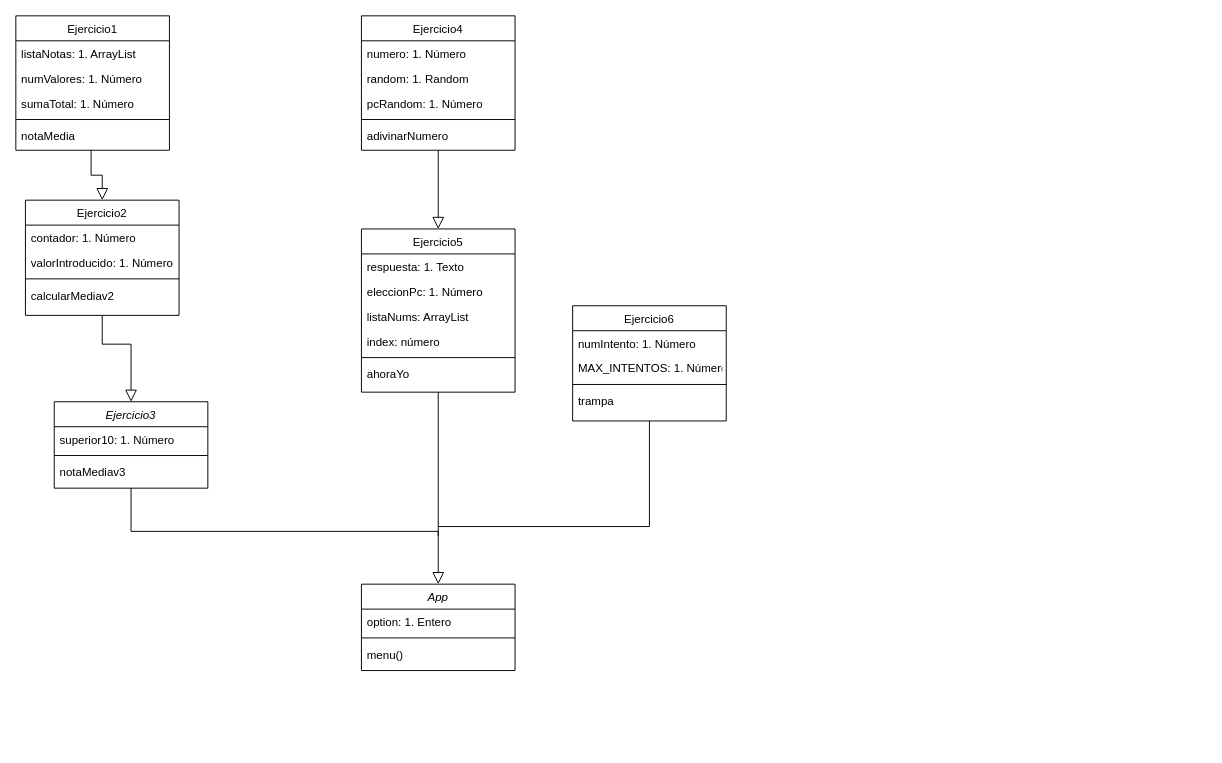
Patriesc/LosBucles keeps this draw.io diagram as LosBuclesUML.drawio. Above is the earlier version. Source tidied: cells renumbered, new cells numbered last; positions are measured from the earlier drawing's top-left corner, leaving out a move shared by most shapes. Both pictures are drawn from the tidied source at 96%, with x=0, y=0 at pixel (15, 15).
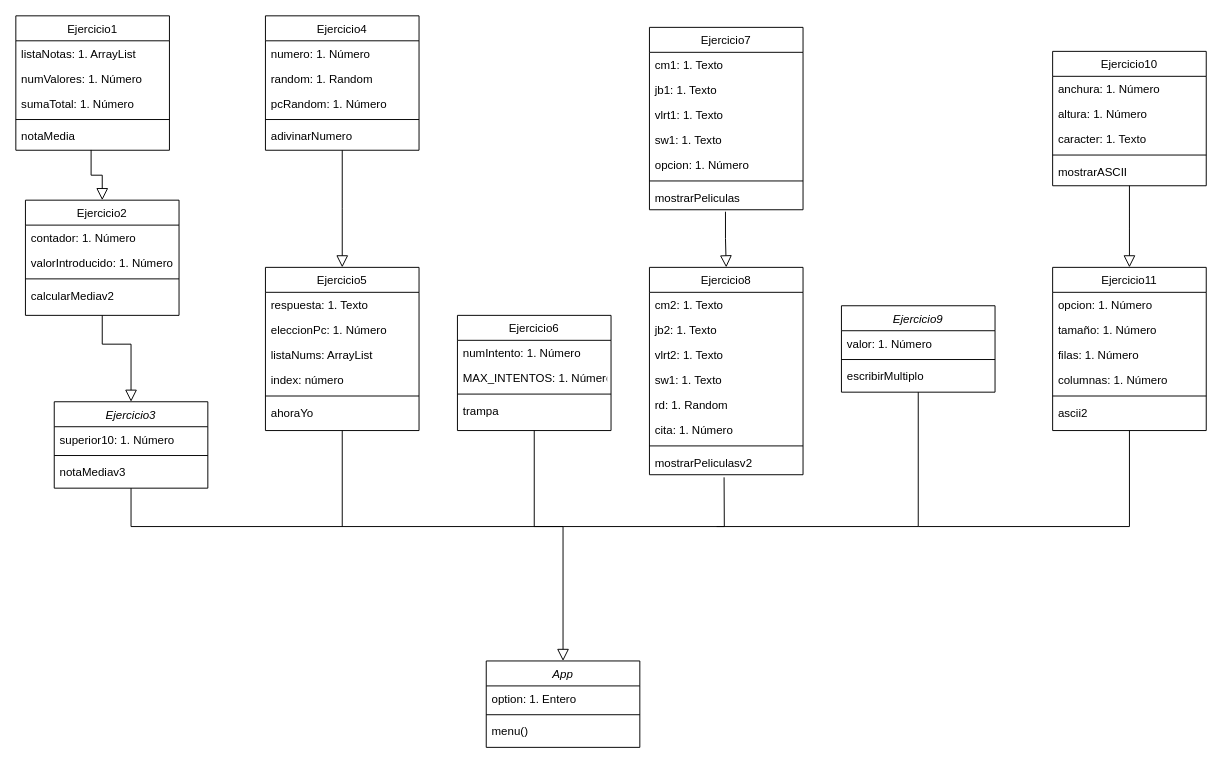
After the change.

The change refers to these unchanged cells:
```xml
<mxCell id="19" value="Ejercicio3" style="swimlane;fontStyle=2;align=center;verticalAlign=top;horizontal=1;startSize=26;rounded=0;shadow=0;strokeWidth=1;" parent="1" vertex="1">
  <mxGeometry x="40" y="402" width="160" height="90" as="geometry" />
</mxCell>
```

What changed in the source:
```diff
@@
     <mxCell id="2" value="App" style="swimlane;fontStyle=2;align=center;verticalAlign=top;horizontal=1;startSize=26;rounded=0;shadow=0;strokeWidth=1;" parent="1" vertex="1">
-      <mxGeometry x="360" y="592" width="160" height="90" as="geometry" />
+      <mxGeometry x="490" y="672" width="160" height="90" as="geometry" />
     </mxCell>
@@
     <mxCell id="23" style="endArrow=block;endSize=10;endFill=0;shadow=0;strokeWidth=1;rounded=0;edgeStyle=elbowEdgeStyle;elbow=vertical;exitX=0.5;exitY=1;exitDx=0;exitDy=0;entryX=0.5;entryY=0;entryDx=0;entryDy=0;" parent="1" edge="1" source="19" target="2">
       <mxGeometry relative="1" as="geometry">
         <Array as="points">
+          <mxPoint x="320" y="532" />
           <mxPoint x="180" y="537" />
           <mxPoint x="380" y="637" />
         </Array>
       </mxGeometry>
     </mxCell>
     <mxCell id="24" value="Ejercicio4" style="swimlane;fontStyle=0;align=center;verticalAlign=top;horizontal=1;startSize=26;rounded=0;shadow=0;strokeWidth=1;" parent="1" vertex="1">
-      <mxGeometry x="360" width="160" height="140" as="geometry" />
+      <mxGeometry x="260" width="160" height="140" as="geometry" />
     </mxCell>
@@
     <mxCell id="30" value="Ejercicio5" style="swimlane;fontStyle=0;align=center;verticalAlign=top;horizontal=1;startSize=26;rounded=0;shadow=0;strokeWidth=1;" parent="1" vertex="1">
-      <mxGeometry x="360" y="222" width="160" height="170" as="geometry" />
+      <mxGeometry x="260" y="262" width="160" height="170" as="geometry" />
     </mxCell>
@@
     <mxCell id="38" style="endArrow=none;html=1;rounded=0;entryX=0.5;entryY=1;entryDx=0;entryDy=0;" parent="1" edge="1" target="30">
       <mxGeometry relative="1" as="geometry">
-        <mxPoint x="440" y="542" as="sourcePoint" />
+        <mxPoint x="340" y="532" as="sourcePoint" />
       </mxGeometry>
     </mxCell>
     <mxCell id="39" value="Ejercicio6" style="swimlane;fontStyle=0;align=center;verticalAlign=top;horizontal=1;startSize=26;rounded=0;shadow=0;strokeWidth=1;" parent="1" vertex="1">
-      <mxGeometry x="580" y="302" width="160" height="120" as="geometry" />
+      <mxGeometry x="460" y="312" width="160" height="120" as="geometry" />
     </mxCell>
@@
     <mxCell id="44" style="endArrow=none;html=1;rounded=0;entryX=0.5;entryY=1;entryDx=0;entryDy=0;" parent="1" edge="1" target="39">
       <mxGeometry relative="1" as="geometry">
-        <mxPoint x="440" y="532" as="sourcePoint" />
+        <mxPoint x="570" y="532" as="sourcePoint" />
         <Array as="points">
-          <mxPoint x="660" y="532" />
+          <mxPoint x="540" y="532" />
         </Array>
       </mxGeometry>
     </mxCell>
+    <mxCell id="45" value="Ejercicio7" style="swimlane;fontStyle=0;align=center;verticalAlign=top;horizontal=1;startSize=26;rounded=0;shadow=0;strokeWidth=1;" parent="1" vertex="1">
+      <mxGeometry x="660" y="12" width="160" height="190" as="geometry" />
+    </mxCell>
+    <mxCell id="46" value="cm1: 1. Texto" style="text;align=left;verticalAlign=top;spacingLeft=4;spacingRight=4;overflow=hidden;" parent="45" vertex="1">
+      <mxGeometry y="26" width="160" height="26" as="geometry" />
+    </mxCell>
+    <mxCell id="47" value="jb1: 1. Texto" style="text;align=left;verticalAlign=top;spacingLeft=4;spacingRight=4;overflow=hidden;rounded=0;shadow=0;html=0;" parent="45" vertex="1">
+      <mxGeometry y="52" width="160" height="26" as="geometry" />
+    </mxCell>
+    <mxCell id="48" value="vlrt1: 1. Texto" style="text;align=left;verticalAlign=top;spacingLeft=4;spacingRight=4;overflow=hidden;rounded=0;shadow=0;html=0;" parent="45" vertex="1">
+      <mxGeometry y="78" width="160" height="26" as="geometry" />
+    </mxCell>
+    <mxCell id="49" value="sw1: 1. Texto" style="text;align=left;verticalAlign=top;spacingLeft=4;spacingRight=4;overflow=hidden;rounded=0;shadow=0;html=0;" parent="45" vertex="1">
+      <mxGeometry y="104" width="160" height="26" as="geometry" />
+    </mxCell>
+    <mxCell id="50" value="opcion: 1. Número" style="text;align=left;verticalAlign=top;spacingLeft=4;spacingRight=4;overflow=hidden;rounded=0;shadow=0;html=0;" parent="45" vertex="1">
+      <mxGeometry y="130" width="160" height="26" as="geometry" />
+    </mxCell>
+    <mxCell id="51" style="line;html=1;strokeWidth=1;align=left;verticalAlign=middle;spacingTop=-1;spacingLeft=3;spacingRight=3;labelPosition=right;" parent="45" vertex="1">
+      <mxGeometry y="156" width="160" height="8" as="geometry" />
+    </mxCell>
+    <mxCell id="52" value="mostrarPeliculas" style="text;align=left;verticalAlign=top;spacingLeft=4;spacingRight=4;overflow=hidden;points=[[0,0.5],[1,0.5]];portConstraint=eastwest;" parent="45" vertex="1">
+      <mxGeometry y="164" width="160" height="26" as="geometry" />
+    </mxCell>
+    <mxCell id="53" value="Ejercicio8" style="swimlane;fontStyle=0;align=center;verticalAlign=top;horizontal=1;startSize=26;rounded=0;shadow=0;strokeWidth=1;" parent="1" vertex="1">
+      <mxGeometry x="660" y="262" width="160" height="216" as="geometry" />
+    </mxCell>
+    <mxCell id="54" value="cm2: 1. Texto" style="text;align=left;verticalAlign=top;spacingLeft=4;spacingRight=4;overflow=hidden;" parent="53" vertex="1">
+      <mxGeometry y="26" width="160" height="26" as="geometry" />
+    </mxCell>
+    <mxCell id="55" value="jb2: 1. Texto" style="text;align=left;verticalAlign=top;spacingLeft=4;spacingRight=4;overflow=hidden;rounded=0;shadow=0;html=0;" parent="53" vertex="1">
+      <mxGeometry y="52" width="160" height="26" as="geometry" />
+    </mxCell>
+    <mxCell id="56" value="vlrt2: 1. Texto" style="text;align=left;verticalAlign=top;spacingLeft=4;spacingRight=4;overflow=hidden;rounded=0;shadow=0;html=0;" parent="53" vertex="1">
+      <mxGeometry y="78" width="160" height="26" as="geometry" />
+    </mxCell>
+    <mxCell id="57" value="sw1: 1. Texto" style="text;align=left;verticalAlign=top;spacingLeft=4;spacingRight=4;overflow=hidden;rounded=0;shadow=0;html=0;" parent="53" vertex="1">
+      <mxGeometry y="104" width="160" height="26" as="geometry" />
+    </mxCell>
+    <mxCell id="58" value="rd: 1. Random" style="text;align=left;verticalAlign=top;spacingLeft=4;spacingRight=4;overflow=hidden;rounded=0;shadow=0;html=0;" parent="53" vertex="1">
+      <mxGeometry y="130" width="160" height="26" as="geometry" />
+    </mxCell>
+    <mxCell id="59" value="cita: 1. Número" style="text;align=left;verticalAlign=top;spacingLeft=4;spacingRight=4;overflow=hidden;rounded=0;shadow=0;html=0;" parent="53" vertex="1">
+      <mxGeometry y="156" width="160" height="26" as="geometry" />
+    </mxCell>
+    <mxCell id="60" style="line;html=1;strokeWidth=1;align=left;verticalAlign=middle;spacingTop=-1;spacingLeft=3;spacingRight=3;labelPosition=right;" parent="53" vertex="1">
+      <mxGeometry y="182" width="160" height="8" as="geometry" />
+    </mxCell>
+    <mxCell id="61" value="mostrarPeliculasv2" style="text;align=left;verticalAlign=top;spacingLeft=4;spacingRight=4;overflow=hidden;points=[[0,0.5],[1,0.5]];portConstraint=eastwest;" parent="53" vertex="1">
+      <mxGeometry y="190" width="160" height="26" as="geometry" />
+    </mxCell>
+    <mxCell id="62" style="endArrow=block;endSize=10;endFill=0;shadow=0;strokeWidth=1;rounded=0;edgeStyle=elbowEdgeStyle;elbow=vertical;entryX=0.5;entryY=0;entryDx=0;entryDy=0;exitX=0.495;exitY=1.079;exitDx=0;exitDy=0;exitPerimeter=0;" parent="1" edge="1" source="52" target="53">
+      <mxGeometry relative="1" as="geometry">
+        <Array as="points">
+          <mxPoint x="790" y="232" />
+          <mxPoint x="940" y="232" />
+          <mxPoint x="950" y="212" />
+        </Array>
+      </mxGeometry>
+    </mxCell>
+    <mxCell id="63" style="endArrow=none;html=1;rounded=0;entryX=0.486;entryY=1.105;entryDx=0;entryDy=0;entryPerimeter=0;" parent="1" edge="1" target="61">
+      <mxGeometry relative="1" as="geometry">
+        <mxPoint x="570" y="532" as="sourcePoint" />
+        <Array as="points">
+          <mxPoint x="738" y="532" />
+        </Array>
+      </mxGeometry>
+    </mxCell>
+    <mxCell id="64" value="Ejercicio9" style="swimlane;fontStyle=2;align=center;verticalAlign=top;horizontal=1;startSize=26;rounded=0;shadow=0;strokeWidth=1;" parent="1" vertex="1">
+      <mxGeometry x="860" y="302" width="160" height="90" as="geometry" />
+    </mxCell>
+    <mxCell id="65" value="valor: 1. Número" style="text;align=left;verticalAlign=top;spacingLeft=4;spacingRight=4;overflow=hidden;" parent="64" vertex="1">
+      <mxGeometry y="26" width="160" height="26" as="geometry" />
+    </mxCell>
+    <mxCell id="66" style="line;html=1;strokeWidth=1;align=left;verticalAlign=middle;spacingTop=-1;spacingLeft=3;spacingRight=3;labelPosition=right;" parent="64" vertex="1">
+      <mxGeometry y="52" width="160" height="8" as="geometry" />
+    </mxCell>
+    <mxCell id="67" value="escribirMultiplo" style="text;align=left;verticalAlign=top;spacingLeft=4;spacingRight=4;overflow=hidden;" parent="64" vertex="1">
+      <mxGeometry y="60" width="160" height="26" as="geometry" />
+    </mxCell>
+    <mxCell id="68" style="endArrow=none;html=1;rounded=0;entryX=0.5;entryY=1;entryDx=0;entryDy=0;" parent="1" edge="1" target="64">
+      <mxGeometry relative="1" as="geometry">
+        <mxPoint x="730" y="532" as="sourcePoint" />
+        <Array as="points">
+          <mxPoint x="940" y="532" />
+        </Array>
+      </mxGeometry>
+    </mxCell>
+    <mxCell id="69" value="Ejercicio10" style="swimlane;fontStyle=0;align=center;verticalAlign=top;horizontal=1;startSize=26;rounded=0;shadow=0;strokeWidth=1;" parent="1" vertex="1">
+      <mxGeometry x="1080" y="37" width="160" height="140" as="geometry" />
+    </mxCell>
+    <mxCell id="70" value="anchura: 1. Número" style="text;align=left;verticalAlign=top;spacingLeft=4;spacingRight=4;overflow=hidden;" parent="69" vertex="1">
+      <mxGeometry y="26" width="160" height="26" as="geometry" />
+    </mxCell>
+    <mxCell id="71" value="altura: 1. Número" style="text;align=left;verticalAlign=top;spacingLeft=4;spacingRight=4;overflow=hidden;rounded=0;shadow=0;html=0;" parent="69" vertex="1">
+      <mxGeometry y="52" width="160" height="26" as="geometry" />
+    </mxCell>
+    <mxCell id="72" value="caracter: 1. Texto" style="text;align=left;verticalAlign=top;spacingLeft=4;spacingRight=4;overflow=hidden;rounded=0;shadow=0;html=0;" parent="69" vertex="1">
+      <mxGeometry y="78" width="160" height="26" as="geometry" />
+    </mxCell>
+    <mxCell id="73" style="line;html=1;strokeWidth=1;align=left;verticalAlign=middle;spacingTop=-1;spacingLeft=3;spacingRight=3;labelPosition=right;" parent="69" vertex="1">
+      <mxGeometry y="104" width="160" height="8" as="geometry" />
+    </mxCell>
+    <mxCell id="74" value="mostrarASCII" style="text;align=left;verticalAlign=top;spacingLeft=4;spacingRight=4;overflow=hidden;" parent="69" vertex="1">
+      <mxGeometry y="112" width="160" height="26" as="geometry" />
+    </mxCell>
+    <mxCell id="75" value="Ejercicio11" style="swimlane;fontStyle=0;align=center;verticalAlign=top;horizontal=1;startSize=26;rounded=0;shadow=0;strokeWidth=1;" parent="1" vertex="1">
+      <mxGeometry x="1080" y="262" width="160" height="170" as="geometry" />
+    </mxCell>
+    <mxCell id="76" value="opcion: 1. Número" style="text;align=left;verticalAlign=top;spacingLeft=4;spacingRight=4;overflow=hidden;" parent="75" vertex="1">
+      <mxGeometry y="26" width="160" height="26" as="geometry" />
+    </mxCell>
+    <mxCell id="77" value="tamaño: 1. Número" style="text;align=left;verticalAlign=top;spacingLeft=4;spacingRight=4;overflow=hidden;rounded=0;shadow=0;html=0;" parent="75" vertex="1">
+      <mxGeometry y="52" width="160" height="26" as="geometry" />
+    </mxCell>
+    <mxCell id="78" value="filas: 1. Número" style="text;align=left;verticalAlign=top;spacingLeft=4;spacingRight=4;overflow=hidden;rounded=0;shadow=0;html=0;" parent="75" vertex="1">
+      <mxGeometry y="78" width="160" height="26" as="geometry" />
+    </mxCell>
+    <mxCell id="79" value="columnas: 1. Número" style="text;align=left;verticalAlign=top;spacingLeft=4;spacingRight=4;overflow=hidden;rounded=0;shadow=0;html=0;" parent="75" vertex="1">
+      <mxGeometry y="104" width="160" height="26" as="geometry" />
+    </mxCell>
+    <mxCell id="80" style="line;html=1;strokeWidth=1;align=left;verticalAlign=middle;spacingTop=-1;spacingLeft=3;spacingRight=3;labelPosition=right;" parent="75" vertex="1">
+      <mxGeometry y="130" width="160" height="8" as="geometry" />
+    </mxCell>
+    <mxCell id="81" value="ascii2" style="text;align=left;verticalAlign=top;spacingLeft=4;spacingRight=4;overflow=hidden;" parent="75" vertex="1">
+      <mxGeometry y="138" width="160" height="26" as="geometry" />
+    </mxCell>
+    <mxCell id="82" style="endArrow=block;endSize=10;endFill=0;shadow=0;strokeWidth=1;rounded=0;edgeStyle=elbowEdgeStyle;elbow=vertical;entryX=0.5;entryY=0;entryDx=0;entryDy=0;exitX=0.5;exitY=1;exitDx=0;exitDy=0;" parent="1" edge="1" source="69" target="75">
+      <mxGeometry relative="1" as="geometry">
+        <Array as="points">
+          <mxPoint x="1120" y="222" />
+          <mxPoint x="800" y="242" />
+          <mxPoint x="950" y="242" />
+          <mxPoint x="960" y="222" />
+        </Array>
+      </mxGeometry>
+    </mxCell>
+    <mxCell id="83" style="endArrow=none;html=1;rounded=0;entryX=0.5;entryY=1;entryDx=0;entryDy=0;" parent="1" edge="1" target="75">
+      <mxGeometry relative="1" as="geometry">
+        <mxPoint x="940" y="532" as="sourcePoint" />
+        <Array as="points">
+          <mxPoint x="1160" y="532" />
+        </Array>
+      </mxGeometry>
+    </mxCell>
```
